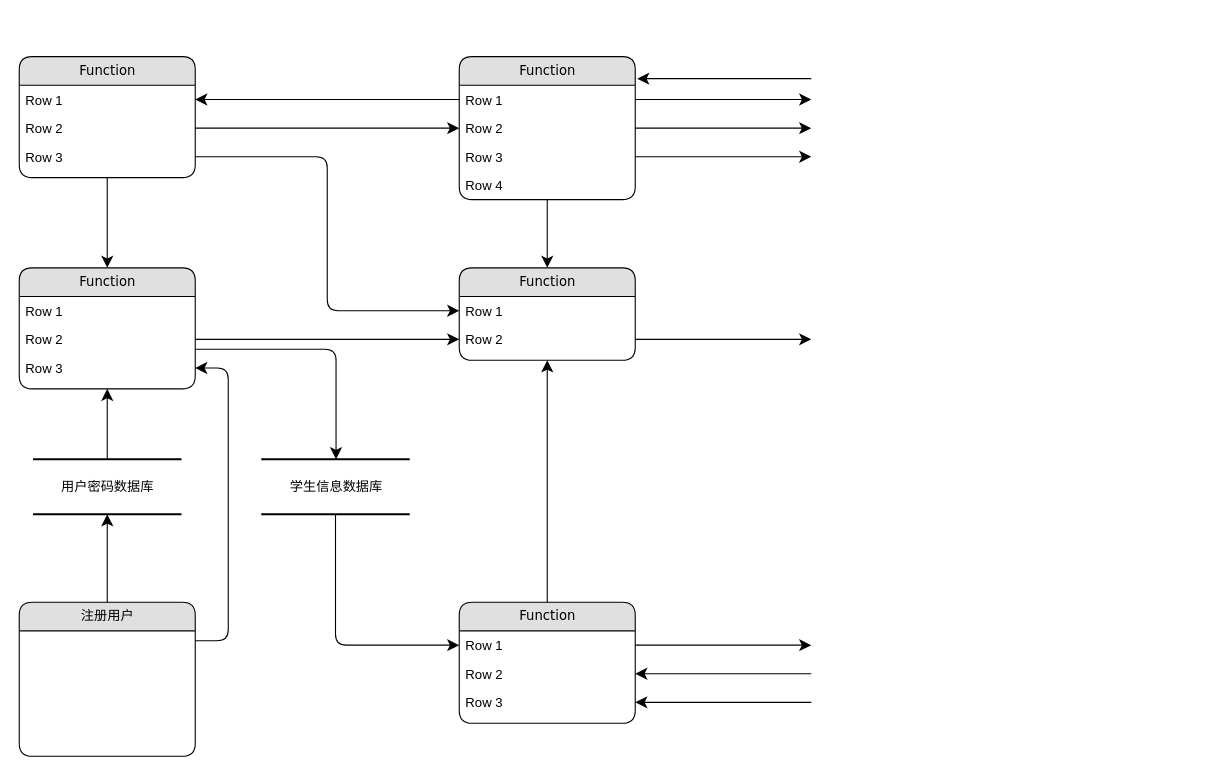
Earlier version of the draw.io diagram Untitled Diagram.drawio (Crumbled-potato/Picture). Source tidied: cells renumbered, new cells numbered last; positions are measured from the earlier drawing's top-left corner, leaving out a move shared by most shapes. Both pictures are drawn from the tidied source at 110%, with x=0, y=0 at pixel (19, 56).
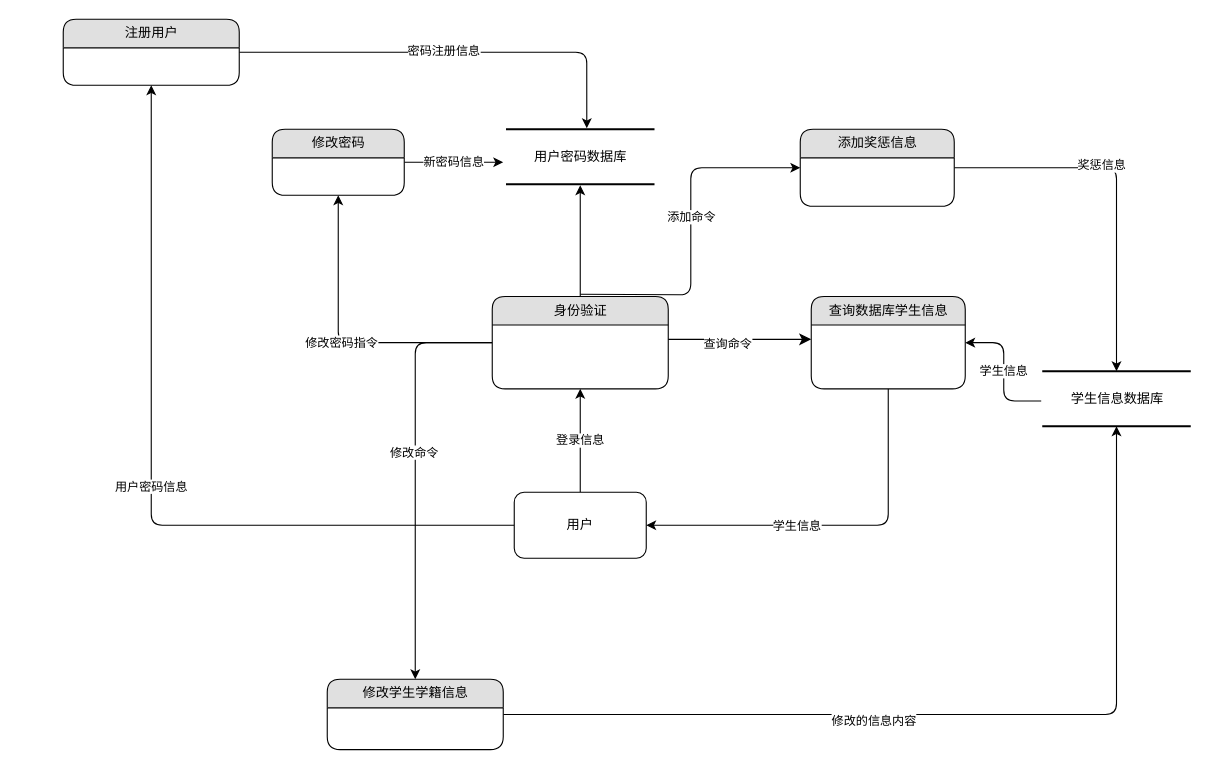
The same page after the edit.

Diff of the diagram source:
```diff
@@
+    <mxCell id="29" style="edgeStyle=orthogonalEdgeStyle;rounded=1;jettySize=auto;html=1;fontFamily=Verdana;" parent="1" edge="1" source="12" target="24">
+      <mxGeometry relative="1" as="geometry" />
+    </mxCell>
+    <mxCell id="45" value="修改的信息内容" style="edgeLabel;html=1;align=center;verticalAlign=middle;fontFamily=Verdana;" parent="29" vertex="1">
+      <mxGeometry x="-0.18" y="-5" relative="1" as="geometry" />
+    </mxCell>
+    <mxCell id="12" value="修改学生学籍信息" style="swimlane;html=1;fontStyle=0;horizontal=1;startSize=26;fillColor=#e0e0e0;swimlaneFillColor=#ffffff;align=center;rounded=1;shadow=0;comic=0;labelBackgroundColor=none;strokeWidth=1;fontFamily=Verdana;fontSize=12;" parent="1" vertex="1">
+      <mxGeometry x="280" y="566" width="160" height="64" as="geometry" />
+    </mxCell>
+    <mxCell id="25" style="edgeStyle=orthogonalEdgeStyle;rounded=1;jettySize=auto;html=1;fontFamily=Verdana;entryX=0.544;entryY=-0.02;entryDx=0;entryDy=0;entryPerimeter=0;" parent="1" edge="1" source="16" target="2">
+      <mxGeometry relative="1" as="geometry" />
+    </mxCell>
+    <mxCell id="46" value="密码注册信息" style="edgeLabel;html=1;align=center;verticalAlign=middle;fontFamily=Verdana;" parent="25" vertex="1">
+      <mxGeometry x="-0.04" y="2" relative="1" as="geometry" />
+    </mxCell>
+    <mxCell id="16" value="注册用户" style="swimlane;html=1;fontStyle=0;horizontal=1;startSize=26;fillColor=#e0e0e0;swimlaneFillColor=#ffffff;align=center;rounded=1;shadow=0;comic=0;labelBackgroundColor=none;strokeWidth=1;fontFamily=Verdana;fontSize=12;" parent="1" vertex="1">
+      <mxGeometry x="40" y="-34" width="160" height="60" as="geometry" />
+    </mxCell>
+    <mxCell id="47" style="edgeStyle=orthogonalEdgeStyle;rounded=1;jettySize=auto;html=1;entryX=0.5;entryY=1.02;entryDx=0;entryDy=0;entryPerimeter=0;fontFamily=Verdana;" parent="1" edge="1" source="17" target="2">
+      <mxGeometry relative="1" as="geometry" />
+    </mxCell>
+    <mxCell id="48" style="edgeStyle=orthogonalEdgeStyle;rounded=1;jettySize=auto;html=1;entryX=0.5;entryY=0;entryDx=0;entryDy=0;fontFamily=Verdana;" parent="1" edge="1" source="17" target="12">
+      <mxGeometry relative="1" as="geometry">
+        <Array as="points">
+          <mxPoint x="360" y="260" />
+          <mxPoint x="360" y="562" />
+        </Array>
+      </mxGeometry>
+    </mxCell>
+    <mxCell id="49" value="修改命令" style="edgeLabel;html=1;align=center;verticalAlign=middle;fontFamily=Verdana;" parent="48" vertex="1">
+      <mxGeometry x="-0.1" y="-2" relative="1" as="geometry" />
+    </mxCell>
+    <mxCell id="50" value="修改密码指令" style="edgeStyle=orthogonalEdgeStyle;rounded=1;jettySize=auto;html=1;fontFamily=Verdana;entryX=0.5;entryY=1;entryDx=0;entryDy=0;" parent="1" edge="1" source="17" target="62">
+      <mxGeometry relative="1" as="geometry">
+        <Array as="points">
+          <mxPoint x="290" y="260" />
+        </Array>
+      </mxGeometry>
+    </mxCell>
+    <mxCell id="51" style="edgeStyle=orthogonalEdgeStyle;rounded=1;jettySize=auto;html=1;fontFamily=Verdana;entryX=0;entryY=0.5;entryDx=0;entryDy=0;" parent="1" edge="1" target="65">
+      <mxGeometry relative="1" as="geometry">
+        <mxPoint x="510" y="216" as="sourcePoint" />
+      </mxGeometry>
+    </mxCell>
+    <mxCell id="52" value="添加命令" style="edgeLabel;html=1;align=center;verticalAlign=middle;fontFamily=Verdana;" parent="51" vertex="1">
+      <mxGeometry x="0.09" relative="1" as="geometry" />
+    </mxCell>
+    <mxCell id="17" value="身份验证" style="swimlane;html=1;fontStyle=0;horizontal=1;startSize=26;fillColor=#e0e0e0;swimlaneFillColor=#ffffff;align=center;rounded=1;shadow=0;comic=0;labelBackgroundColor=none;strokeWidth=1;fontFamily=Verdana;fontSize=12;" parent="1" vertex="1">
+      <mxGeometry x="430" y="218" width="160" height="84" as="geometry" />
+    </mxCell>
+    <mxCell id="53" value="学生信息" style="edgeStyle=orthogonalEdgeStyle;rounded=1;jettySize=auto;html=1;entryX=1;entryY=0.5;entryDx=0;entryDy=0;fontFamily=Verdana;exitX=-0.007;exitY=0.54;exitDx=0;exitDy=0;exitPerimeter=0;" parent="1" edge="1" source="24" target="60">
+      <mxGeometry relative="1" as="geometry" />
+    </mxCell>
+    <mxCell id="24" value="学生信息数据库" style="html=1;rounded=0;shadow=0;comic=0;labelBackgroundColor=none;strokeWidth=2;fontFamily=Verdana;fontSize=12;align=center;shape=mxgraph.ios7ui.horLines;" parent="1" vertex="1">
+      <mxGeometry x="930" y="286" width="135" height="50" as="geometry" />
+    </mxCell>
+    <mxCell id="37" style="edgeStyle=orthogonalEdgeStyle;html=1;labelBackgroundColor=none;startFill=0;startSize=8;endFill=1;endSize=8;fontFamily=Verdana;fontSize=12;" parent="1" edge="1">
+      <mxGeometry relative="1" as="geometry">
+        <mxPoint x="590" y="257" as="sourcePoint" />
+        <mxPoint x="720" y="257" as="targetPoint" />
+      </mxGeometry>
+    </mxCell>
+    <mxCell id="54" value="查询命令" style="edgeLabel;html=1;align=center;verticalAlign=middle;fontFamily=Verdana;" parent="37" vertex="1">
+      <mxGeometry x="-0.19" y="-3" relative="1" as="geometry" />
+    </mxCell>
+    <mxCell id="55" value="登录信息" style="edgeStyle=orthogonalEdgeStyle;rounded=0;jettySize=auto;html=1;entryX=0.5;entryY=1;entryDx=0;entryDy=0;fontFamily=Verdana;" parent="1" edge="1" source="57" target="17">
+      <mxGeometry relative="1" as="geometry" />
+    </mxCell>
+    <mxCell id="56" value="用户密码信息" style="edgeStyle=orthogonalEdgeStyle;rounded=1;jettySize=auto;html=1;entryX=0.5;entryY=1;entryDx=0;entryDy=0;fontFamily=Verdana;" parent="1" edge="1" source="57" target="16">
+      <mxGeometry relative="1" as="geometry" />
+    </mxCell>
+    <mxCell id="57" value="用户" style="rounded=1;whiteSpace=wrap;html=1;fontFamily=Verdana;" parent="1" vertex="1">
+      <mxGeometry x="450" y="396" width="120" height="60" as="geometry" />
+    </mxCell>
     <mxCell id="2" value="用户密码数据库" style="html=1;rounded=0;shadow=0;comic=0;labelBackgroundColor=none;strokeWidth=2;fontFamily=Verdana;fontSize=12;align=center;shape=mxgraph.ios7ui.horLines;" parent="1" vertex="1">
-      <mxGeometry x="12.5" y="366" width="135" height="50" as="geometry" />
+      <mxGeometry x="442.5" y="66" width="135" height="50" as="geometry" />
     </mxCell>
-    <mxCell id="3" value="Function" style="swimlane;html=1;fontStyle=0;horizontal=1;startSize=26;fillColor=#e0e0e0;swimlaneFillColor=#ffffff;align=center;rounded=1;shadow=0;comic=0;labelBackgroundColor=none;strokeWidth=1;fontFamily=Verdana;fontSize=12;" parent="1" vertex="1">
-      <mxGeometry width="160" height="110" as="geometry" />
-    </mxCell>
-    <mxCell id="4" value="Row 1" style="text;html=1;strokeColor=none;fillColor=none;spacingLeft=4;spacingRight=4;whiteSpace=wrap;overflow=hidden;points=[[0,0.5],[1,0.5]];portConstraint=eastwest;" parent="3" vertex="1">
-      <mxGeometry y="26" width="160" height="26" as="geometry" />
-    </mxCell>
-    <mxCell id="5" value="Row 2" style="text;html=1;strokeColor=none;fillColor=none;spacingLeft=4;spacingRight=4;whiteSpace=wrap;overflow=hidden;points=[[0,0.5],[1,0.5]];portConstraint=eastwest;" parent="3" vertex="1">
-      <mxGeometry y="52" width="160" height="26" as="geometry" />
-    </mxCell>
-    <mxCell id="6" value="Row 3" style="text;html=1;strokeColor=none;fillColor=none;spacingLeft=4;spacingRight=4;whiteSpace=wrap;overflow=hidden;points=[[0,0.5],[1,0.5]];portConstraint=eastwest;" parent="3" vertex="1">
-      <mxGeometry y="78" width="160" height="26" as="geometry" />
-    </mxCell>
-    <mxCell id="7" value="Function" style="swimlane;html=1;fontStyle=0;horizontal=1;startSize=26;fillColor=#e0e0e0;swimlaneFillColor=#ffffff;align=center;rounded=1;shadow=0;comic=0;labelBackgroundColor=none;strokeWidth=1;fontFamily=Verdana;fontSize=12;" parent="1" vertex="1">
-      <mxGeometry x="400" width="160" height="130" as="geometry" />
-    </mxCell>
-    <mxCell id="8" value="Row 1" style="text;html=1;strokeColor=none;fillColor=none;spacingLeft=4;spacingRight=4;whiteSpace=wrap;overflow=hidden;points=[[0,0.5],[1,0.5]];portConstraint=eastwest;" parent="7" vertex="1">
-      <mxGeometry y="26" width="160" height="26" as="geometry" />
-    </mxCell>
-    <mxCell id="9" value="Row 2" style="text;html=1;strokeColor=none;fillColor=none;spacingLeft=4;spacingRight=4;whiteSpace=wrap;overflow=hidden;points=[[0,0.5],[1,0.5]];portConstraint=eastwest;" parent="7" vertex="1">
-      <mxGeometry y="52" width="160" height="26" as="geometry" />
-    </mxCell>
-    <mxCell id="10" value="Row 3" style="text;html=1;strokeColor=none;fillColor=none;spacingLeft=4;spacingRight=4;whiteSpace=wrap;overflow=hidden;points=[[0,0.5],[1,0.5]];portConstraint=eastwest;" parent="7" vertex="1">
-      <mxGeometry y="78" width="160" height="26" as="geometry" />
-    </mxCell>
-    <mxCell id="11" value="Row 4" style="text;html=1;strokeColor=none;fillColor=none;spacingLeft=4;spacingRight=4;whiteSpace=wrap;overflow=hidden;" parent="7" vertex="1">
-      <mxGeometry y="104" width="160" height="26" as="geometry" />
-    </mxCell>
-    <mxCell id="12" value="Function" style="swimlane;html=1;fontStyle=0;horizontal=1;startSize=26;fillColor=#e0e0e0;swimlaneFillColor=#ffffff;align=center;rounded=1;shadow=0;comic=0;labelBackgroundColor=none;strokeWidth=1;fontFamily=Verdana;fontSize=12;" parent="1" vertex="1">
-      <mxGeometry y="192" width="160" height="110" as="geometry" />
-    </mxCell>
-    <mxCell id="13" value="Row 1" style="text;html=1;strokeColor=none;fillColor=none;spacingLeft=4;spacingRight=4;whiteSpace=wrap;overflow=hidden;" parent="12" vertex="1">
-      <mxGeometry y="26" width="160" height="26" as="geometry" />
-    </mxCell>
-    <mxCell id="14" value="Row 2" style="text;html=1;strokeColor=none;fillColor=none;spacingLeft=4;spacingRight=4;whiteSpace=wrap;overflow=hidden;points=[[0,0.5],[1,0.5]];portConstraint=eastwest;" parent="12" vertex="1">
-      <mxGeometry y="52" width="160" height="26" as="geometry" />
-    </mxCell>
-    <mxCell id="15" value="Row 3" style="text;html=1;strokeColor=none;fillColor=none;spacingLeft=4;spacingRight=4;whiteSpace=wrap;overflow=hidden;points=[[0,0.5],[1,0.5]];portConstraint=eastwest;" parent="12" vertex="1">
-      <mxGeometry y="78" width="160" height="26" as="geometry" />
-    </mxCell>
-    <mxCell id="16" value="注册用户" style="swimlane;html=1;fontStyle=0;horizontal=1;startSize=26;fillColor=#e0e0e0;swimlaneFillColor=#ffffff;align=center;rounded=1;shadow=0;comic=0;labelBackgroundColor=none;strokeWidth=1;fontFamily=Verdana;fontSize=12;" parent="1" vertex="1">
-      <mxGeometry y="496" width="160" height="140" as="geometry" />
-    </mxCell>
-    <mxCell id="17" value="Function" style="swimlane;html=1;fontStyle=0;horizontal=1;startSize=26;fillColor=#e0e0e0;swimlaneFillColor=#ffffff;align=center;rounded=1;shadow=0;comic=0;labelBackgroundColor=none;strokeWidth=1;fontFamily=Verdana;fontSize=12;" parent="1" vertex="1">
-      <mxGeometry x="400" y="192" width="160" height="84" as="geometry" />
-    </mxCell>
-    <mxCell id="18" value="Row 1" style="text;html=1;strokeColor=none;fillColor=none;spacingLeft=4;spacingRight=4;whiteSpace=wrap;overflow=hidden;points=[[0,0.5],[1,0.5]];portConstraint=eastwest;" parent="17" vertex="1">
-      <mxGeometry y="26" width="160" height="26" as="geometry" />
-    </mxCell>
-    <mxCell id="19" value="Row 2" style="text;html=1;strokeColor=none;fillColor=none;spacingLeft=4;spacingRight=4;whiteSpace=wrap;overflow=hidden;points=[[0,0.5],[1,0.5]];portConstraint=eastwest;" parent="17" vertex="1">
-      <mxGeometry y="52" width="160" height="26" as="geometry" />
-    </mxCell>
-    <mxCell id="20" value="Function" style="swimlane;html=1;fontStyle=0;horizontal=1;startSize=26;fillColor=#e0e0e0;swimlaneFillColor=#ffffff;align=center;rounded=1;shadow=0;comic=0;labelBackgroundColor=none;strokeWidth=1;fontFamily=Verdana;fontSize=12;" parent="1" vertex="1">
-      <mxGeometry x="400" y="496" width="160" height="110" as="geometry" />
-    </mxCell>
-    <mxCell id="21" value="Row 1" style="text;html=1;strokeColor=none;fillColor=none;spacingLeft=4;spacingRight=4;whiteSpace=wrap;overflow=hidden;points=[[0,0.5],[1,0.5]];portConstraint=eastwest;" parent="20" vertex="1">
-      <mxGeometry y="26" width="160" height="26" as="geometry" />
-    </mxCell>
-    <mxCell id="22" value="Row 2" style="text;html=1;strokeColor=none;fillColor=none;spacingLeft=4;spacingRight=4;whiteSpace=wrap;overflow=hidden;points=[[0,0.5],[1,0.5]];portConstraint=eastwest;" parent="20" vertex="1">
-      <mxGeometry y="52" width="160" height="26" as="geometry" />
-    </mxCell>
-    <mxCell id="23" value="Row 3" style="text;html=1;strokeColor=none;fillColor=none;spacingLeft=4;spacingRight=4;whiteSpace=wrap;overflow=hidden;points=[[0,0.5],[1,0.5]];portConstraint=eastwest;" parent="20" vertex="1">
-      <mxGeometry y="78" width="160" height="26" as="geometry" />
-    </mxCell>
-    <mxCell id="24" value="学生信息数据库" style="html=1;rounded=0;shadow=0;comic=0;labelBackgroundColor=none;strokeWidth=2;fontFamily=Verdana;fontSize=12;align=center;shape=mxgraph.ios7ui.horLines;" parent="1" vertex="1">
-      <mxGeometry x="220" y="366" width="135" height="50" as="geometry" />
-    </mxCell>
-    <mxCell id="25" style="edgeStyle=none;html=1;labelBackgroundColor=none;startFill=0;startSize=8;endFill=1;endSize=8;fontFamily=Verdana;fontSize=12;" parent="1" edge="1" source="16" target="2">
-      <mxGeometry relative="1" as="geometry" />
-    </mxCell>
-    <mxCell id="26" style="edgeStyle=none;html=1;labelBackgroundColor=none;startFill=0;startSize=8;endFill=1;endSize=8;fontFamily=Verdana;fontSize=12;" parent="1" edge="1" source="2" target="12">
-      <mxGeometry relative="1" as="geometry" />
-    </mxCell>
-    <mxCell id="27" style="edgeStyle=orthogonalEdgeStyle;html=1;labelBackgroundColor=none;startFill=0;startSize=8;endFill=1;endSize=8;fontFamily=Verdana;fontSize=12;exitX=1;exitY=0.25;entryX=1;entryY=0.5;" parent="1" edge="1" source="16" target="15">
-      <mxGeometry relative="1" as="geometry">
-        <Array as="points">
-          <mxPoint x="190" y="531" />
-          <mxPoint x="190" y="283" />
-        </Array>
-      </mxGeometry>
-    </mxCell>
-    <mxCell id="28" style="edgeStyle=orthogonalEdgeStyle;html=1;labelBackgroundColor=none;startFill=0;startSize=8;endFill=1;endSize=8;fontFamily=Verdana;fontSize=12;" parent="1" edge="1" source="24" target="21">
-      <mxGeometry x="-0.13" y="32" relative="1" as="geometry" />
-    </mxCell>
-    <mxCell id="29" style="edgeStyle=orthogonalEdgeStyle;html=1;labelBackgroundColor=none;startFill=0;startSize=8;endFill=1;endSize=8;fontFamily=Verdana;fontSize=12;" parent="1" edge="1" source="12" target="24">
-      <mxGeometry relative="1" as="geometry">
-        <Array as="points">
-          <mxPoint x="288" y="266" />
-        </Array>
-      </mxGeometry>
-    </mxCell>
-    <mxCell id="30" style="edgeStyle=orthogonalEdgeStyle;html=1;labelBackgroundColor=none;startFill=0;startSize=8;endFill=1;endSize=8;fontFamily=Verdana;fontSize=12;" parent="1" edge="1" source="3" target="12">
-      <mxGeometry relative="1" as="geometry" />
-    </mxCell>
-    <mxCell id="31" style="edgeStyle=orthogonalEdgeStyle;html=1;labelBackgroundColor=none;startFill=0;startSize=8;endFill=1;endSize=8;fontFamily=Verdana;fontSize=12;" parent="1" edge="1" source="20" target="17">
-      <mxGeometry relative="1" as="geometry" />
-    </mxCell>
-    <mxCell id="32" style="edgeStyle=orthogonalEdgeStyle;html=1;labelBackgroundColor=none;startFill=0;startSize=8;endFill=1;endSize=8;fontFamily=Verdana;fontSize=12;" parent="1" edge="1" source="7" target="17">
-      <mxGeometry relative="1" as="geometry" />
-    </mxCell>
-    <mxCell id="33" style="edgeStyle=orthogonalEdgeStyle;html=1;entryX=0;entryY=0.5;labelBackgroundColor=none;startFill=0;startSize=8;endFill=1;endSize=8;fontFamily=Verdana;fontSize=12;exitX=1;exitY=0.5;" parent="1" edge="1" source="5" target="9">
-      <mxGeometry relative="1" as="geometry" />
-    </mxCell>
-    <mxCell id="34" style="edgeStyle=orthogonalEdgeStyle;html=1;exitX=0;exitY=0.5;entryX=1;entryY=0.5;labelBackgroundColor=none;startFill=0;startSize=8;endFill=1;endSize=8;fontFamily=Verdana;fontSize=12;" parent="1" edge="1" source="8" target="4">
-      <mxGeometry relative="1" as="geometry" />
-    </mxCell>
-    <mxCell id="35" style="edgeStyle=orthogonalEdgeStyle;html=1;exitX=1;exitY=0.5;entryX=0;entryY=0.5;labelBackgroundColor=none;startFill=0;startSize=8;endFill=1;endSize=8;fontFamily=Verdana;fontSize=12;" parent="1" edge="1" source="6" target="18">
-      <mxGeometry relative="1" as="geometry" />
-    </mxCell>
-    <mxCell id="36" style="edgeStyle=orthogonalEdgeStyle;html=1;exitX=1;exitY=0.5;entryX=0;entryY=0.5;labelBackgroundColor=none;startFill=0;startSize=8;endFill=1;endSize=8;fontFamily=Verdana;fontSize=12;" parent="1" edge="1" source="14" target="19">
-      <mxGeometry relative="1" as="geometry" />
-    </mxCell>
-    <mxCell id="37" style="edgeStyle=orthogonalEdgeStyle;html=1;labelBackgroundColor=none;startFill=0;startSize=8;endFill=1;endSize=8;fontFamily=Verdana;fontSize=12;" parent="1" edge="1" source="19">
-      <mxGeometry relative="1" as="geometry">
-        <mxPoint x="720" y="257" as="targetPoint" />
-      </mxGeometry>
-    </mxCell>
-    <mxCell id="38" style="edgeStyle=orthogonalEdgeStyle;html=1;exitX=1;exitY=0.5;labelBackgroundColor=none;startFill=0;startSize=8;endFill=1;endSize=8;fontFamily=Verdana;fontSize=12;" parent="1" edge="1" source="21">
-      <mxGeometry relative="1" as="geometry">
-        <mxPoint x="720" y="535" as="targetPoint" />
-      </mxGeometry>
-    </mxCell>
-    <mxCell id="39" style="edgeStyle=orthogonalEdgeStyle;html=1;labelBackgroundColor=none;startFill=0;startSize=8;endFill=1;endSize=8;fontFamily=Verdana;fontSize=12;entryX=1;entryY=0.5;" parent="1" edge="1" target="22">
-      <mxGeometry relative="1" as="geometry">
-        <mxPoint x="720" y="561" as="sourcePoint" />
-        <Array as="points">
-          <mxPoint x="720" y="561" />
-        </Array>
-      </mxGeometry>
-    </mxCell>
-    <mxCell id="40" style="edgeStyle=orthogonalEdgeStyle;html=1;labelBackgroundColor=none;startFill=0;startSize=8;endFill=1;endSize=8;fontFamily=Verdana;fontSize=12;entryX=1;entryY=0.5;" parent="1" edge="1" target="23">
-      <mxGeometry relative="1" as="geometry">
-        <mxPoint x="720" y="587" as="sourcePoint" />
-        <Array as="points">
-          <mxPoint x="640" y="587" />
-          <mxPoint x="640" y="587" />
-        </Array>
-      </mxGeometry>
-    </mxCell>
-    <mxCell id="41" style="edgeStyle=orthogonalEdgeStyle;html=1;exitX=1;exitY=0.5;labelBackgroundColor=none;startFill=0;startSize=8;endFill=1;endSize=8;fontFamily=Verdana;fontSize=12;" parent="1" edge="1" source="8">
-      <mxGeometry relative="1" as="geometry">
-        <mxPoint x="720" y="39" as="targetPoint" />
-      </mxGeometry>
-    </mxCell>
-    <mxCell id="42" style="edgeStyle=orthogonalEdgeStyle;html=1;exitX=1;exitY=0.5;labelBackgroundColor=none;startFill=0;startSize=8;endFill=1;endSize=8;fontFamily=Verdana;fontSize=12;" parent="1" edge="1" source="9">
-      <mxGeometry relative="1" as="geometry">
-        <mxPoint x="720" y="65" as="targetPoint" />
-      </mxGeometry>
-    </mxCell>
-    <mxCell id="43" style="edgeStyle=orthogonalEdgeStyle;html=1;exitX=1;exitY=0.5;labelBackgroundColor=none;startFill=0;startSize=8;endFill=1;endSize=8;fontFamily=Verdana;fontSize=12;" parent="1" edge="1" source="10">
-      <mxGeometry relative="1" as="geometry">
-        <mxPoint x="720" y="91" as="targetPoint" />
-      </mxGeometry>
-    </mxCell>
-    <mxCell id="44" style="edgeStyle=elbowEdgeStyle;html=1;labelBackgroundColor=none;startFill=0;startSize=8;endFill=1;endSize=8;fontFamily=Verdana;fontSize=12;elbow=vertical;entryX=1.011;entryY=0.152;entryPerimeter=0;" parent="1" edge="1" target="7">
-      <mxGeometry relative="1" as="geometry">
-        <mxPoint x="720" y="20" as="sourcePoint" />
-        <Array as="points">
-          <mxPoint x="650" y="20" />
-        </Array>
-      </mxGeometry>
-    </mxCell>
+    <mxCell id="58" style="edgeStyle=orthogonalEdgeStyle;rounded=1;jettySize=auto;html=1;entryX=1;entryY=0.5;entryDx=0;entryDy=0;fontFamily=Verdana;exitX=0.5;exitY=1;exitDx=0;exitDy=0;" parent="1" edge="1" source="60" target="57">
+      <mxGeometry relative="1" as="geometry" />
+    </mxCell>
+    <mxCell id="59" value="学生信息" style="edgeLabel;html=1;align=center;verticalAlign=middle;fontFamily=Verdana;" parent="58" vertex="1">
+      <mxGeometry x="0.21" relative="1" as="geometry" />
+    </mxCell>
+    <mxCell id="60" value="查询数据库学生信息" style="swimlane;html=1;fontStyle=0;horizontal=1;startSize=26;fillColor=#e0e0e0;swimlaneFillColor=#ffffff;align=center;rounded=1;shadow=0;comic=0;labelBackgroundColor=none;strokeWidth=1;fontFamily=Verdana;fontSize=12;" parent="1" vertex="1">
+      <mxGeometry x="720" y="218" width="140" height="84" as="geometry" />
+    </mxCell>
+    <mxCell id="61" value="新密码信息" style="edgeStyle=orthogonalEdgeStyle;rounded=1;jettySize=auto;html=1;entryX=-0.019;entryY=0.6;entryDx=0;entryDy=0;entryPerimeter=0;fontFamily=Verdana;" parent="1" edge="1" source="62" target="2">
+      <mxGeometry relative="1" as="geometry" />
+    </mxCell>
+    <mxCell id="62" value="修改密码" style="swimlane;html=1;fontStyle=0;horizontal=1;startSize=26;fillColor=#e0e0e0;swimlaneFillColor=#ffffff;align=center;rounded=1;shadow=0;comic=0;labelBackgroundColor=none;strokeWidth=1;fontFamily=Verdana;fontSize=12;" parent="1" vertex="1">
+      <mxGeometry x="230" y="66" width="120" height="60" as="geometry" />
+    </mxCell>
+    <mxCell id="63" style="edgeStyle=orthogonalEdgeStyle;rounded=1;jettySize=auto;html=1;fontFamily=Verdana;" parent="1" edge="1" source="65" target="24">
+      <mxGeometry relative="1" as="geometry" />
+    </mxCell>
+    <mxCell id="64" value="奖惩信息" style="edgeLabel;html=1;align=center;verticalAlign=middle;fontFamily=Verdana;" parent="63" vertex="1">
+      <mxGeometry x="-0.2" y="4" relative="1" as="geometry">
+        <mxPoint y="1" as="offset" />
+      </mxGeometry>
+    </mxCell>
+    <mxCell id="65" value="添加奖惩信息" style="swimlane;html=1;fontStyle=0;horizontal=1;startSize=26;fillColor=#e0e0e0;swimlaneFillColor=#ffffff;align=center;rounded=1;shadow=0;comic=0;labelBackgroundColor=none;strokeWidth=1;fontFamily=Verdana;fontSize=12;" parent="1" vertex="1">
+      <mxGeometry x="710" y="66" width="140" height="70" as="geometry" />
+    </mxCell>
```
